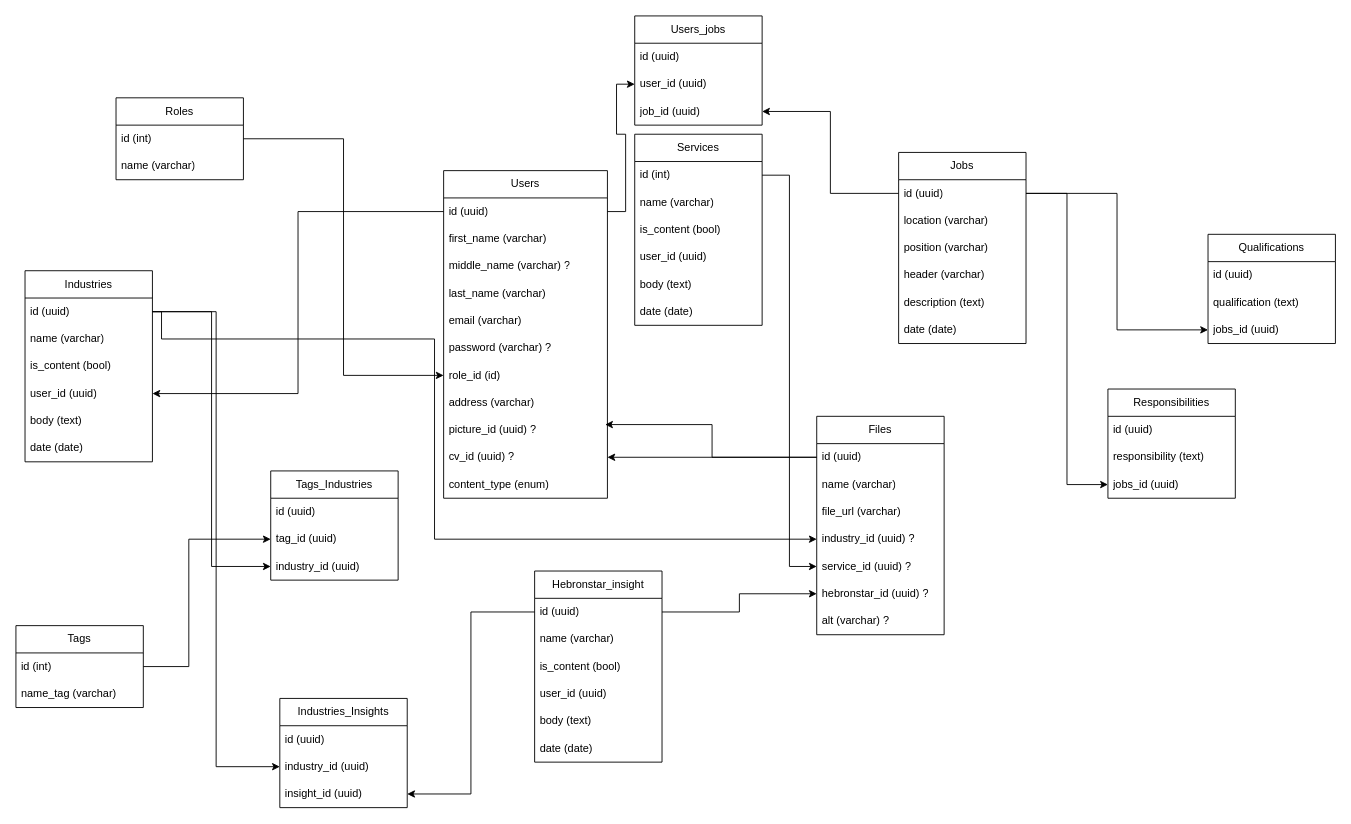
Above: Untitled Diagram.drawio in rvldodo/flowchart (draw.io), before the change. Source tidied: cells renumbered, new cells numbered last; positions are measured from the earlier drawing's top-left corner, leaving out a move shared by most shapes. Both pictures are drawn from the tidied source at 91%, with x=0, y=0 at pixel (15, 15).
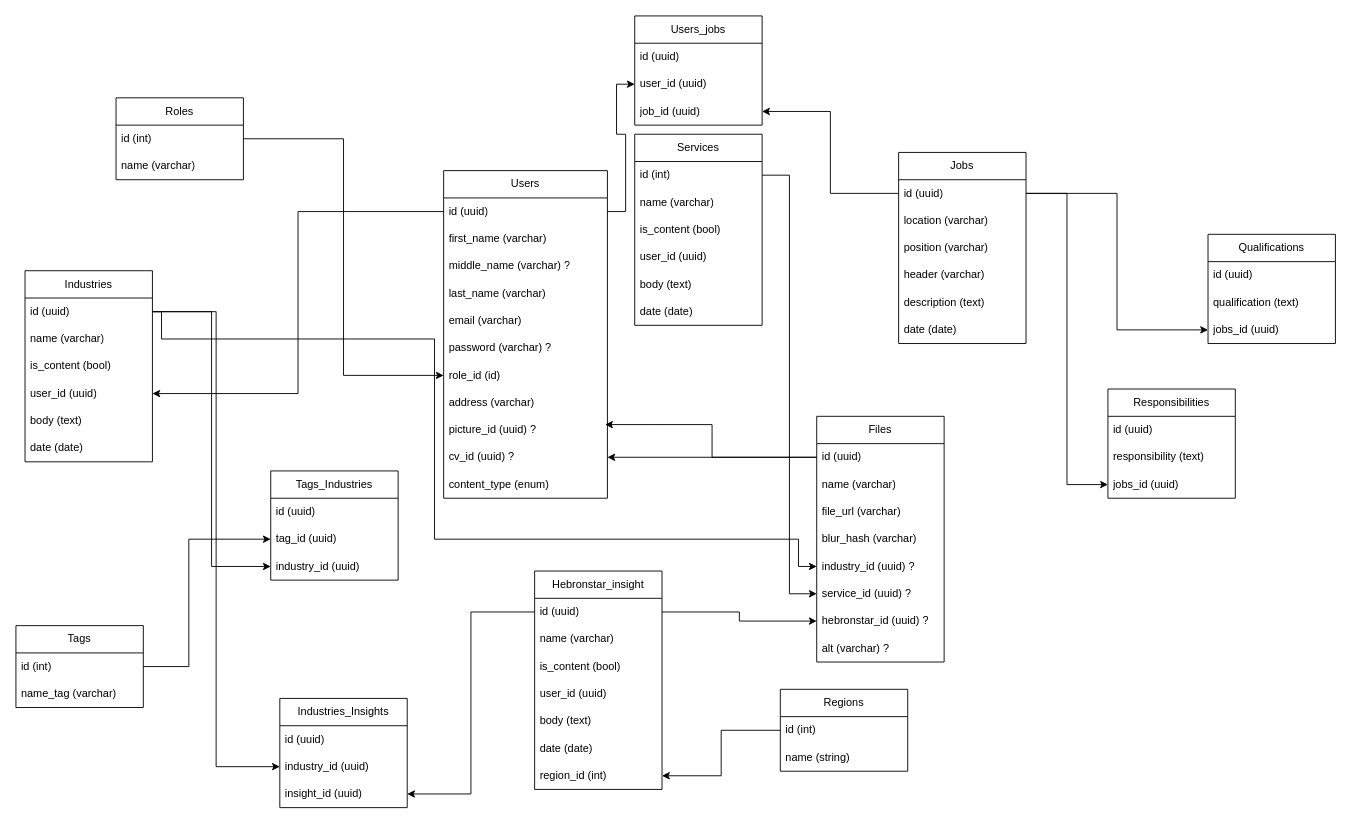
Above is the later version.

The change refers to these unchanged cells:
```xml
<mxCell id="29" value="id (uuid)" style="text;strokeColor=none;fillColor=none;align=left;verticalAlign=middle;spacingLeft=4;spacingRight=4;overflow=hidden;points=[[0,0.5],[1,0.5]];portConstraint=eastwest;whiteSpace=wrap;html=1;" parent="28" vertex="1">
  <mxGeometry y="30" width="140" height="30" as="geometry" />
</mxCell>
```

Change to the diagram source:
```diff
@@
     <mxCell id="18" value="Files" style="swimlane;fontStyle=0;horizontal=1;startSize=30;whiteSpace=wrap;html=1;" parent="1" vertex="1">
-      <mxGeometry x="880" y="440" width="140" height="240" as="geometry" />
+      <mxGeometry x="880" y="440" width="140" height="270" as="geometry" />
     </mxCell>
@@
+    <mxCell id="91" value="blur_hash (varchar)" style="text;strokeColor=none;fillColor=none;align=left;verticalAlign=middle;spacingLeft=4;spacingRight=4;overflow=hidden;whiteSpace=wrap;html=1;" parent="18" vertex="1">
+      <mxGeometry y="120" width="140" height="30" as="geometry" />
+    </mxCell>
     <mxCell id="22" value="industry_id (uuid) ?" style="text;strokeColor=none;fillColor=none;align=left;verticalAlign=middle;spacingLeft=4;spacingRight=4;overflow=hidden;points=[[0,0.5],[1,0.5]];portConstraint=eastwest;whiteSpace=wrap;html=1;" parent="18" vertex="1">
-      <mxGeometry y="120" width="140" height="30" as="geometry" />
+      <mxGeometry y="150" width="140" height="30" as="geometry" />
     </mxCell>
     <mxCell id="23" value="service_id (uuid) ?" style="text;strokeColor=none;fillColor=none;align=left;verticalAlign=middle;spacingLeft=4;spacingRight=4;overflow=hidden;points=[[0,0.5],[1,0.5]];portConstraint=eastwest;whiteSpace=wrap;html=1;" parent="18" vertex="1">
-      <mxGeometry y="150" width="140" height="30" as="geometry" />
+      <mxGeometry y="180" width="140" height="30" as="geometry" />
     </mxCell>
     <mxCell id="24" value="hebronstar_id (uuid) ?" style="text;strokeColor=none;fillColor=none;align=left;verticalAlign=middle;spacingLeft=4;spacingRight=4;overflow=hidden;points=[[0,0.5],[1,0.5]];portConstraint=eastwest;whiteSpace=wrap;html=1;" parent="18" vertex="1">
-      <mxGeometry y="180" width="140" height="30" as="geometry" />
+      <mxGeometry y="210" width="140" height="30" as="geometry" />
     </mxCell>
     <mxCell id="25" value="alt (varchar) ?" style="text;strokeColor=none;fillColor=none;align=left;verticalAlign=middle;spacingLeft=4;spacingRight=4;overflow=hidden;whiteSpace=wrap;html=1;" parent="18" vertex="1">
-      <mxGeometry y="210" width="140" height="30" as="geometry" />
+      <mxGeometry y="240" width="140" height="30" as="geometry" />
     </mxCell>
@@
-    <mxCell id="36" style="edgeStyle=orthogonalEdgeStyle;rounded=0;jettySize=auto;html=1;" parent="1" edge="1" source="29" target="22">
+    <mxCell id="36" style="edgeStyle=orthogonalEdgeStyle;rounded=0;jettySize=auto;html=1;entryX=0;entryY=0.5;entryDx=0;entryDy=0;" parent="1" edge="1" source="29" target="22">
       <mxGeometry relative="1" as="geometry">
         <Array as="points">
           <mxPoint x="160" y="325" />
           <mxPoint x="160" y="355" />
           <mxPoint x="460" y="355" />
           <mxPoint x="460" y="575" />
+          <mxPoint x="860" y="575" />
+          <mxPoint x="860" y="605" />
         </Array>
       </mxGeometry>
     </mxCell>
@@
     <mxCell id="45" value="Hebronstar_insight" style="swimlane;fontStyle=0;horizontal=1;startSize=30;whiteSpace=wrap;html=1;" parent="1" vertex="1">
-      <mxGeometry x="570" y="610" width="140" height="210" as="geometry" />
+      <mxGeometry x="570" y="610" width="140" height="240" as="geometry" />
     </mxCell>
@@
+    <mxCell id="92" value="region_id (int)" style="text;strokeColor=none;fillColor=none;align=left;verticalAlign=middle;spacingLeft=4;spacingRight=4;overflow=hidden;points=[[0,0.5],[1,0.5]];portConstraint=eastwest;whiteSpace=wrap;html=1;" parent="45" vertex="1">
+      <mxGeometry y="210" width="140" height="30" as="geometry" />
+    </mxCell>
@@
+    <mxCell id="93" value="Regions" style="swimlane;fontStyle=0;horizontal=1;startSize=30;whiteSpace=wrap;html=1;" parent="1" vertex="1">
+      <mxGeometry x="840" y="740" width="140" height="90" as="geometry" />
+    </mxCell>
+    <mxCell id="94" value="id (int)" style="text;strokeColor=none;fillColor=none;align=left;verticalAlign=middle;spacingLeft=4;spacingRight=4;overflow=hidden;points=[[0,0.5],[1,0.5]];portConstraint=eastwest;whiteSpace=wrap;html=1;" parent="93" vertex="1">
+      <mxGeometry y="30" width="140" height="30" as="geometry" />
+    </mxCell>
+    <mxCell id="95" value="name (string)" style="text;strokeColor=none;fillColor=none;align=left;verticalAlign=middle;spacingLeft=4;spacingRight=4;overflow=hidden;whiteSpace=wrap;html=1;" parent="93" vertex="1">
+      <mxGeometry y="60" width="140" height="30" as="geometry" />
+    </mxCell>
+    <mxCell id="96" style="edgeStyle=orthogonalEdgeStyle;rounded=0;jettySize=auto;html=1;" parent="1" edge="1" source="94" target="92">
+      <mxGeometry relative="1" as="geometry" />
+    </mxCell>
```
